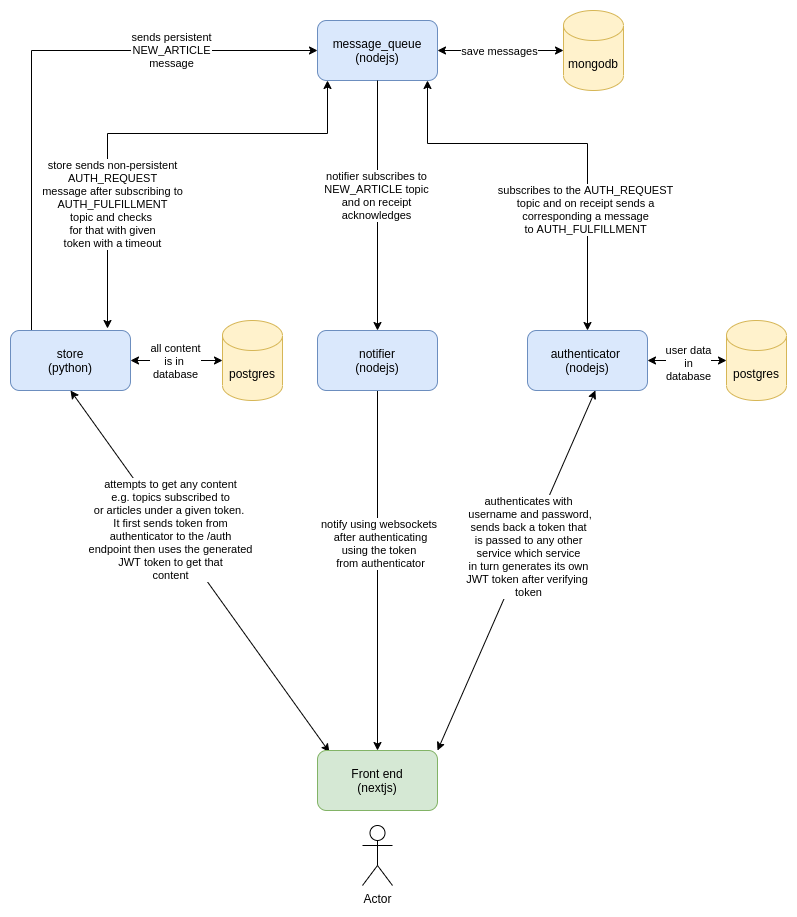
Tinitto/article_curator keeps this draw.io diagram as .designs/article_curator.png. Above is the earlier version. Source tidied: cells renumbered, new cells last; positions are measured from the earlier drawing's top-left corner, leaving out a move shared by most shapes.
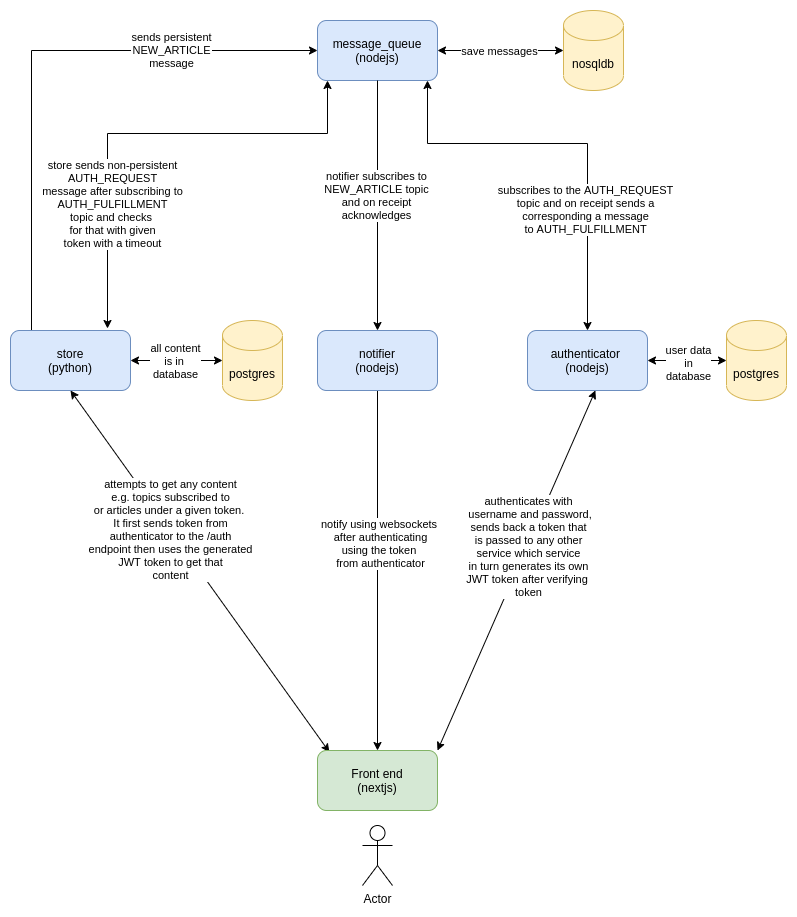
Later version of the same file.

The edit, as a diff of the source:
```diff
@@ -30,7 +30,7 @@
     <mxCell id="9" style="group;" parent="1" vertex="1">
       <mxGeometry x="307" width="250" height="80" as="geometry" />
     </mxCell>
-    <mxCell id="10" value="mongodb" style="shape=cylinder3;whiteSpace=wrap;html=1;boundedLbl=1;backgroundOutline=1;size=15;fillColor=#fff2cc;strokeColor=#d6b656;" parent="9" vertex="1">
+    <mxCell id="10" value="nosqldb" style="shape=cylinder3;whiteSpace=wrap;html=1;boundedLbl=1;backgroundOutline=1;size=15;fillColor=#fff2cc;strokeColor=#d6b656;" parent="9" vertex="1">
       <mxGeometry x="246" width="60" height="80" as="geometry" />
     </mxCell>
     <mxCell id="11" value="message_queue&lt;br&gt;(nodejs)" style="rounded=1;whiteSpace=wrap;html=1;fillColor=#dae8fc;strokeColor=#6c8ebf;" parent="9" vertex="1">
```
